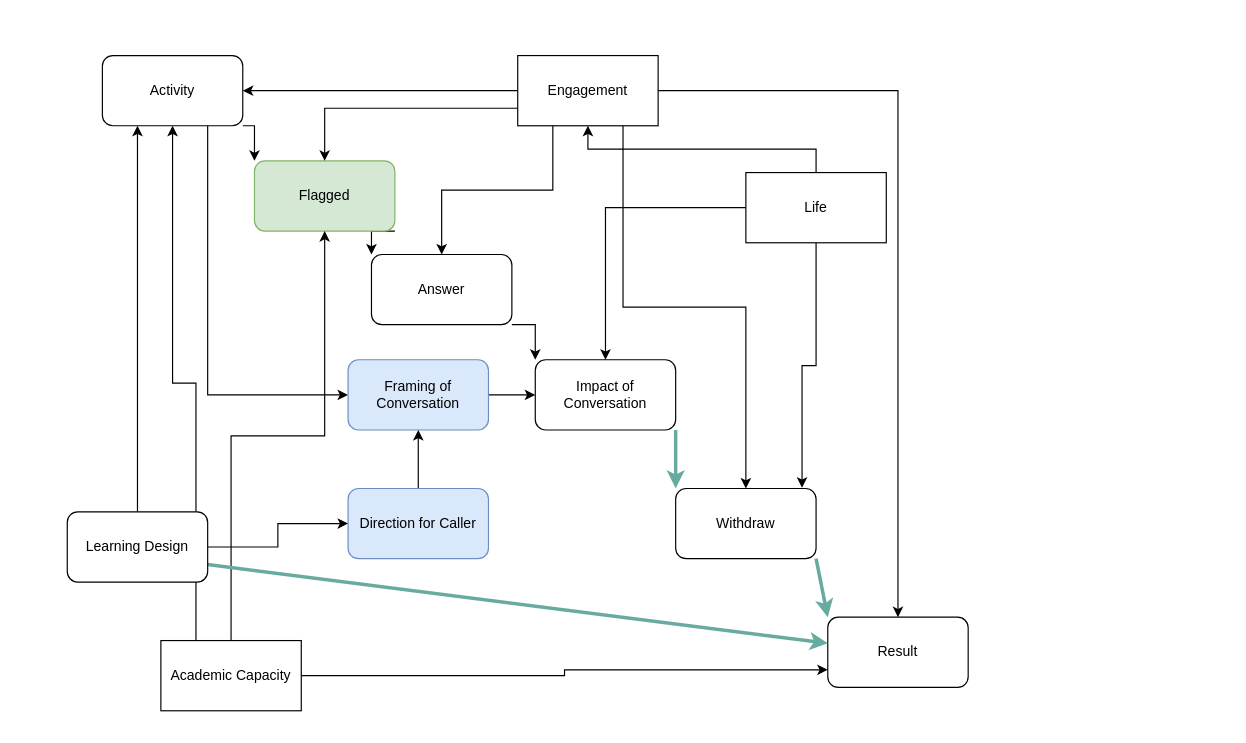
Before: retention dag.drawio in benwhicks/phd, a draw.io diagram. Source tidied: cells renumbered, new cells numbered last; positions are measured from the earlier drawing's top-left corner, leaving out a move shared by most shapes. Both pictures are drawn from the tidied source at 117%, with x=0, y=0 at pixel (67, 55).
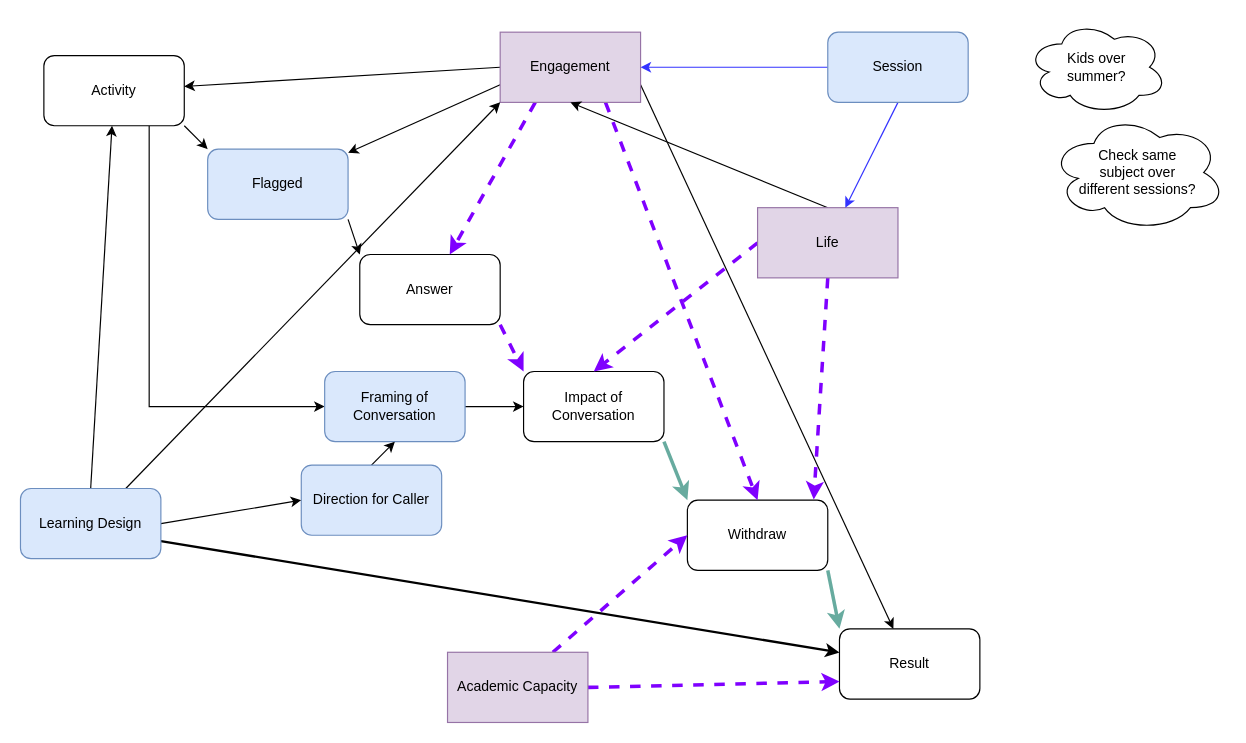
Above is the later version.

Change to the diagram source:
```diff
@@
-    <mxCell id="2" style="edgeStyle=orthogonalEdgeStyle;rounded=0;jettySize=auto;html=1;exitX=1;exitY=1;exitDx=0;exitDy=0;entryX=0;entryY=0;entryDx=0;entryDy=0;" parent="1" edge="1" source="4" target="6">
+    <mxCell id="2" style="rounded=0;jettySize=auto;html=1;exitX=1;exitY=1;exitDx=0;exitDy=0;entryX=0;entryY=0;entryDx=0;entryDy=0;" parent="1" edge="1" source="4" target="6">
       <mxGeometry relative="1" as="geometry" />
     </mxCell>
@@
     <mxCell id="4" value="Activity" style="rounded=1;whiteSpace=wrap;html=1;" parent="1" vertex="1">
-      <mxGeometry x="30" width="120" height="60" as="geometry" />
+      <mxGeometry x="-20" width="120" height="60" as="geometry" />
     </mxCell>
-    <mxCell id="5" style="edgeStyle=orthogonalEdgeStyle;rounded=0;jettySize=auto;html=1;exitX=1;exitY=1;exitDx=0;exitDy=0;entryX=0;entryY=0;entryDx=0;entryDy=0;" parent="1" edge="1" source="6" target="8">
+    <mxCell id="5" style="rounded=0;jettySize=auto;html=1;exitX=1;exitY=1;exitDx=0;exitDy=0;entryX=0;entryY=0;entryDx=0;entryDy=0;" parent="1" edge="1" source="6" target="8">
       <mxGeometry relative="1" as="geometry" />
     </mxCell>
-    <mxCell id="6" value="Flagged" style="rounded=1;whiteSpace=wrap;html=1;fillColor=#d5e8d4;strokeColor=#82b366;" parent="1" vertex="1">
-      <mxGeometry x="160" y="90" width="120" height="60" as="geometry" />
+    <mxCell id="6" value="Flagged" style="rounded=1;whiteSpace=wrap;html=1;fillColor=#dae8fc;strokeColor=#6c8ebf;" parent="1" vertex="1">
+      <mxGeometry x="120" y="80" width="120" height="60" as="geometry" />
     </mxCell>
-    <mxCell id="7" style="edgeStyle=orthogonalEdgeStyle;rounded=0;jettySize=auto;html=1;exitX=1;exitY=1;exitDx=0;exitDy=0;entryX=0;entryY=0;entryDx=0;entryDy=0;" parent="1" edge="1" source="8" target="10">
+    <mxCell id="7" style="rounded=0;jettySize=auto;html=1;exitX=1;exitY=1;exitDx=0;exitDy=0;entryX=0;entryY=0;entryDx=0;entryDy=0;strokeWidth=3;dashed=1;strokeColor=#7F00FF;" parent="1" edge="1" source="8" target="10">
       <mxGeometry relative="1" as="geometry" />
     </mxCell>
     <mxCell id="8" value="Answer" style="rounded=1;whiteSpace=wrap;html=1;" parent="1" vertex="1">
-      <mxGeometry x="260" y="170" width="120" height="60" as="geometry" />
+      <mxGeometry x="250" y="170" width="120" height="60" as="geometry" />
     </mxCell>
@@
     <mxCell id="10" value="Impact of Conversation" style="rounded=1;whiteSpace=wrap;html=1;" parent="1" vertex="1">
-      <mxGeometry x="400" y="260" width="120" height="60" as="geometry" />
+      <mxGeometry x="390" y="270" width="120" height="60" as="geometry" />
     </mxCell>
@@
     <mxCell id="12" value="Withdraw" style="rounded=1;whiteSpace=wrap;html=1;" parent="1" vertex="1">
-      <mxGeometry x="520" y="370" width="120" height="60" as="geometry" />
+      <mxGeometry x="530" y="380" width="120" height="60" as="geometry" />
     </mxCell>
     <mxCell id="13" value="Result" style="rounded=1;whiteSpace=wrap;html=1;" parent="1" vertex="1">
-      <mxGeometry x="650" y="480" width="120" height="60" as="geometry" />
+      <mxGeometry x="660" y="490" width="120" height="60" as="geometry" />
     </mxCell>
-    <mxCell id="14" style="edgeStyle=orthogonalEdgeStyle;rounded=0;jettySize=auto;html=1;exitX=0;exitY=0.5;exitDx=0;exitDy=0;" parent="1" edge="1" source="19" target="4">
+    <mxCell id="14" style="rounded=0;jettySize=auto;html=1;exitX=0;exitY=0.5;exitDx=0;exitDy=0;" parent="1" edge="1" source="19" target="4">
       <mxGeometry relative="1" as="geometry" />
     </mxCell>
-    <mxCell id="15" style="edgeStyle=orthogonalEdgeStyle;rounded=0;jettySize=auto;html=1;exitX=0;exitY=0.75;exitDx=0;exitDy=0;" parent="1" edge="1" source="19" target="6">
+    <mxCell id="15" style="rounded=0;jettySize=auto;html=1;exitX=0;exitY=0.75;exitDx=0;exitDy=0;" parent="1" edge="1" source="19" target="6">
       <mxGeometry relative="1" as="geometry" />
     </mxCell>
-    <mxCell id="16" style="edgeStyle=orthogonalEdgeStyle;rounded=0;jettySize=auto;html=1;exitX=0.25;exitY=1;exitDx=0;exitDy=0;" parent="1" edge="1" source="19" target="8">
+    <mxCell id="16" style="rounded=0;jettySize=auto;html=1;exitX=0.25;exitY=1;exitDx=0;exitDy=0;strokeWidth=3;dashed=1;strokeColor=#7F00FF;" parent="1" edge="1" source="19" target="8">
       <mxGeometry relative="1" as="geometry" />
     </mxCell>
-    <mxCell id="17" style="edgeStyle=orthogonalEdgeStyle;rounded=0;jettySize=auto;html=1;exitX=0.75;exitY=1;exitDx=0;exitDy=0;entryX=0.5;entryY=0;entryDx=0;entryDy=0;" parent="1" edge="1" source="19" target="12">
+    <mxCell id="17" style="rounded=0;jettySize=auto;html=1;exitX=0.75;exitY=1;exitDx=0;exitDy=0;entryX=0.5;entryY=0;entryDx=0;entryDy=0;strokeWidth=3;dashed=1;strokeColor=#7F00FF;" parent="1" edge="1" source="19" target="12">
       <mxGeometry relative="1" as="geometry" />
     </mxCell>
-    <mxCell id="18" style="edgeStyle=orthogonalEdgeStyle;rounded=0;jettySize=auto;html=1;exitX=1;exitY=0.5;exitDx=0;exitDy=0;" parent="1" edge="1" source="19" target="13">
+    <mxCell id="18" style="rounded=0;jettySize=auto;html=1;exitX=1;exitY=0.75;exitDx=0;exitDy=0;" parent="1" edge="1" source="19" target="13">
       <mxGeometry relative="1" as="geometry" />
     </mxCell>
-    <mxCell id="19" value="Engagement" style="rounded=0;whiteSpace=wrap;html=1;" parent="1" vertex="1">
-      <mxGeometry x="385" width="120" height="60" as="geometry" />
+    <mxCell id="19" value="Engagement" style="rounded=0;whiteSpace=wrap;html=1;fillColor=#e1d5e7;strokeColor=#9673a6;" parent="1" vertex="1">
+      <mxGeometry x="370" y="-20" width="120" height="60" as="geometry" />
     </mxCell>
-    <mxCell id="20" style="edgeStyle=orthogonalEdgeStyle;rounded=0;jettySize=auto;html=1;exitX=0.5;exitY=0;exitDx=0;exitDy=0;entryX=0.5;entryY=1;entryDx=0;entryDy=0;" parent="1" edge="1" source="23" target="19">
+    <mxCell id="20" style="rounded=0;jettySize=auto;html=1;exitX=0.5;exitY=0;exitDx=0;exitDy=0;entryX=0.5;entryY=1;entryDx=0;entryDy=0;" parent="1" edge="1" source="23" target="19">
       <mxGeometry relative="1" as="geometry" />
     </mxCell>
-    <mxCell id="21" style="edgeStyle=orthogonalEdgeStyle;rounded=0;jettySize=auto;html=1;exitX=0;exitY=0.5;exitDx=0;exitDy=0;entryX=0.5;entryY=0;entryDx=0;entryDy=0;" parent="1" edge="1" source="23" target="10">
+    <mxCell id="21" style="rounded=0;jettySize=auto;html=1;exitX=0;exitY=0.5;exitDx=0;exitDy=0;entryX=0.5;entryY=0;entryDx=0;entryDy=0;strokeWidth=3;strokeColor=#7F00FF;dashed=1;" parent="1" edge="1" source="23" target="10">
       <mxGeometry relative="1" as="geometry" />
     </mxCell>
-    <mxCell id="22" style="edgeStyle=orthogonalEdgeStyle;rounded=0;jettySize=auto;html=1;exitX=0.5;exitY=1;exitDx=0;exitDy=0;entryX=0.9;entryY=-0.011;entryDx=0;entryDy=0;entryPerimeter=0;" parent="1" edge="1" source="23" target="12">
+    <mxCell id="22" style="rounded=0;jettySize=auto;html=1;exitX=0.5;exitY=1;exitDx=0;exitDy=0;entryX=0.9;entryY=-0.011;entryDx=0;entryDy=0;entryPerimeter=0;strokeWidth=3;strokeColor=#7F00FF;dashed=1;" parent="1" edge="1" source="23" target="12">
       <mxGeometry relative="1" as="geometry" />
     </mxCell>
-    <mxCell id="23" value="Life" style="whiteSpace=wrap;html=1;" parent="1" vertex="1">
-      <mxGeometry x="580" y="100" width="120" height="60" as="geometry" />
+    <mxCell id="23" value="Life" style="whiteSpace=wrap;html=1;fillColor=#e1d5e7;strokeColor=#9673a6;" parent="1" vertex="1">
+      <mxGeometry x="590" y="130" width="120" height="60" as="geometry" />
     </mxCell>
-    <mxCell id="24" style="edgeStyle=orthogonalEdgeStyle;rounded=0;jettySize=auto;html=1;exitX=0.5;exitY=0;exitDx=0;exitDy=0;entryX=0.5;entryY=1;entryDx=0;entryDy=0;" parent="1" edge="1" source="27" target="6">
-      <mxGeometry relative="1" as="geometry" />
-    </mxCell>
-    <mxCell id="25" style="edgeStyle=orthogonalEdgeStyle;rounded=0;jettySize=auto;html=1;exitX=1;exitY=0.5;exitDx=0;exitDy=0;entryX=0;entryY=0.75;entryDx=0;entryDy=0;" parent="1" edge="1" source="27" target="13">
+    <mxCell id="25" style="rounded=0;jettySize=auto;html=1;exitX=1;exitY=0.5;exitDx=0;exitDy=0;entryX=0;entryY=0.75;entryDx=0;entryDy=0;strokeWidth=3;strokeColor=#7F00FF;dashed=1;" parent="1" edge="1" source="27" target="13">
       <mxGeometry relative="1" as="geometry" />
     </mxCell>
-    <mxCell id="26" style="edgeStyle=orthogonalEdgeStyle;rounded=0;jettySize=auto;html=1;exitX=0.25;exitY=0;exitDx=0;exitDy=0;entryX=0.5;entryY=1;entryDx=0;entryDy=0;" parent="1" edge="1" source="27" target="4">
-      <mxGeometry relative="1" as="geometry" />
-    </mxCell>
+    <mxCell id="36" style="edgeStyle=none;rounded=0;jettySize=auto;html=1;exitX=0.75;exitY=0;exitDx=0;exitDy=0;entryX=0;entryY=0.5;entryDx=0;entryDy=0;strokeWidth=3;strokeColor=#7F00FF;dashed=1;" parent="1" edge="1" source="27" target="12">
+      <mxGeometry relative="1" as="geometry" />
+    </mxCell>
-    <mxCell id="27" value="Academic Capacity" style="whiteSpace=wrap;html=1;" parent="1" vertex="1">
-      <mxGeometry x="80" y="500" width="120" height="60" as="geometry" />
+    <mxCell id="27" value="Academic Capacity" style="whiteSpace=wrap;html=1;fillColor=#e1d5e7;strokeColor=#9673a6;" parent="1" vertex="1">
+      <mxGeometry x="325" y="510" width="120" height="60" as="geometry" />
     </mxCell>
-    <mxCell id="28" style="edgeStyle=orthogonalEdgeStyle;rounded=0;jettySize=auto;html=1;exitX=1;exitY=0.5;exitDx=0;exitDy=0;entryX=0;entryY=0.5;entryDx=0;entryDy=0;" parent="1" edge="1" source="29" target="10">
+    <mxCell id="28" style="rounded=0;jettySize=auto;html=1;exitX=1;exitY=0.5;exitDx=0;exitDy=0;entryX=0;entryY=0.5;entryDx=0;entryDy=0;" parent="1" edge="1" source="29" target="10">
       <mxGeometry relative="1" as="geometry" />
     </mxCell>
     <mxCell id="29" value="Framing of Conversation" style="rounded=1;whiteSpace=wrap;html=1;fillColor=#dae8fc;strokeColor=#6c8ebf;" parent="1" vertex="1">
-      <mxGeometry x="240" y="260" width="120" height="60" as="geometry" />
+      <mxGeometry x="220" y="270" width="120" height="60" as="geometry" />
     </mxCell>
-    <mxCell id="30" style="edgeStyle=orthogonalEdgeStyle;rounded=0;jettySize=auto;html=1;exitX=0.5;exitY=0;exitDx=0;exitDy=0;entryX=0.5;entryY=1;entryDx=0;entryDy=0;" parent="1" edge="1" source="31" target="29">
+    <mxCell id="30" style="rounded=0;jettySize=auto;html=1;exitX=0.5;exitY=0;exitDx=0;exitDy=0;entryX=0.5;entryY=1;entryDx=0;entryDy=0;" parent="1" edge="1" source="31" target="29">
       <mxGeometry relative="1" as="geometry" />
     </mxCell>
     <mxCell id="31" value="Direction for Caller" style="rounded=1;whiteSpace=wrap;html=1;fillColor=#dae8fc;strokeColor=#6c8ebf;" parent="1" vertex="1">
-      <mxGeometry x="240" y="370" width="120" height="60" as="geometry" />
+      <mxGeometry x="200" y="350" width="120" height="60" as="geometry" />
     </mxCell>
-    <mxCell id="32" style="edgeStyle=orthogonalEdgeStyle;rounded=0;jettySize=auto;html=1;exitX=0.5;exitY=0;exitDx=0;exitDy=0;entryX=0.25;entryY=1;entryDx=0;entryDy=0;" parent="1" edge="1" source="35" target="4">
+    <mxCell id="32" style="rounded=0;jettySize=auto;html=1;exitX=0.5;exitY=0;exitDx=0;exitDy=0;" parent="1" edge="1" source="35" target="4">
       <mxGeometry relative="1" as="geometry" />
     </mxCell>
-    <mxCell id="33" style="edgeStyle=orthogonalEdgeStyle;rounded=0;jettySize=auto;html=1;exitX=1;exitY=0.5;exitDx=0;exitDy=0;entryX=0;entryY=0.5;entryDx=0;entryDy=0;" parent="1" edge="1" source="35" target="31">
+    <mxCell id="33" style="rounded=0;jettySize=auto;html=1;exitX=1;exitY=0.5;exitDx=0;exitDy=0;entryX=0;entryY=0.5;entryDx=0;entryDy=0;" parent="1" edge="1" source="35" target="31">
       <mxGeometry relative="1" as="geometry" />
     </mxCell>
-    <mxCell id="34" style="edgeStyle=none;rounded=0;jettySize=auto;html=1;exitX=1;exitY=0.75;exitDx=0;exitDy=0;strokeColor=#67AB9F;strokeWidth=3;" parent="1" edge="1" source="35" target="13">
+    <mxCell id="34" style="edgeStyle=none;rounded=0;jettySize=auto;html=1;exitX=1;exitY=0.75;exitDx=0;exitDy=0;strokeWidth=2;" parent="1" edge="1" source="35" target="13">
       <mxGeometry relative="1" as="geometry" />
     </mxCell>
+    <mxCell id="37" style="edgeStyle=none;rounded=0;jettySize=auto;html=1;exitX=0.75;exitY=0;exitDx=0;exitDy=0;entryX=0;entryY=1;entryDx=0;entryDy=0;strokeColor=#000000;strokeWidth=1;" parent="1" edge="1" source="35" target="19">
+      <mxGeometry relative="1" as="geometry" />
+    </mxCell>
-    <mxCell id="35" value="Learning Design" style="rounded=1;whiteSpace=wrap;html=1;" parent="1" vertex="1">
-      <mxGeometry y="390" width="120" height="60" as="geometry" />
+    <mxCell id="35" value="Learning Design" style="rounded=1;whiteSpace=wrap;html=1;fillColor=#dae8fc;strokeColor=#6c8ebf;" parent="1" vertex="1">
+      <mxGeometry x="-40" y="370" width="120" height="60" as="geometry" />
     </mxCell>
+    <mxCell id="38" style="edgeStyle=none;rounded=0;jettySize=auto;html=1;exitX=0.5;exitY=1;exitDx=0;exitDy=0;strokeWidth=1;strokeColor=#3333FF;" parent="1" edge="1" source="40" target="23">
+      <mxGeometry relative="1" as="geometry" />
+    </mxCell>
+    <mxCell id="39" style="edgeStyle=none;rounded=0;jettySize=auto;html=1;exitX=0;exitY=0.5;exitDx=0;exitDy=0;strokeWidth=1;strokeColor=#3333FF;" parent="1" edge="1" source="40" target="19">
+      <mxGeometry relative="1" as="geometry" />
+    </mxCell>
+    <mxCell id="40" value="Session" style="rounded=1;whiteSpace=wrap;html=1;fillColor=#dae8fc;strokeColor=#6c8ebf;" parent="1" vertex="1">
+      <mxGeometry x="650" y="-20" width="120" height="60" as="geometry" />
+    </mxCell>
+    <mxCell id="41" value="Kids over &lt;br&gt;summer?" style="ellipse;shape=cloud;whiteSpace=wrap;html=1;" parent="1" vertex="1">
+      <mxGeometry x="820" y="-30" width="120" height="80" as="geometry" />
+    </mxCell>
+    <mxCell id="42" value="Check same &lt;br&gt;subject over &lt;br&gt;different sessions?" style="ellipse;shape=cloud;whiteSpace=wrap;html=1;" parent="1" vertex="1">
+      <mxGeometry x="840" y="50" width="150" height="100" as="geometry" />
+    </mxCell>
```
